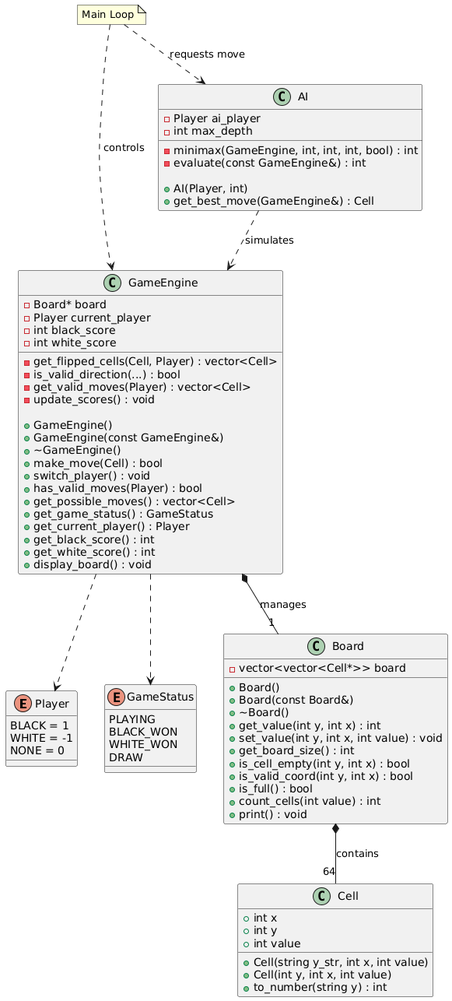
This is projects/03_reversi/docs/reversi_uml.png from Dest1n640/Algoritms_on_graph, a PlantUML export, as it was before one commit. The source it was exported from:
```plantuml
@startuml
enum Player {
    BLACK = 1
    WHITE = -1
    NONE = 0
}

enum GameStatus {
    PLAYING
    BLACK_WON
    WHITE_WON
    DRAW
}

class Cell {
    + int x
    + int y
    + int value
    + Cell(string y_str, int x, int value)
    + Cell(int y, int x, int value)
    + to_number(string y) : int
}

class Board {
    - vector<vector<Cell*>> board
    + Board()
    + Board(const Board&)
    + ~Board()
    + get_value(int y, int x) : int
    + set_value(int y, int x, int value) : void
    + get_board_size() : int
    + is_cell_empty(int y, int x) : bool
    + is_valid_coord(int y, int x) : bool
    + is_full() : bool
    + count_cells(int value) : int
    + print() : void
}

class GameEngine {
    - Board* board
    - Player current_player
    - int black_score
    - int white_score

    - get_flipped_cells(Cell, Player) : vector<Cell>
    - is_valid_direction(...) : bool
    - get_valid_moves(Player) : vector<Cell>
    - update_scores() : void

    + GameEngine()
    + GameEngine(const GameEngine&)
    + ~GameEngine()
    + make_move(Cell) : bool
    + switch_player() : void
    + has_valid_moves(Player) : bool
    + get_possible_moves() : vector<Cell>
    + get_game_status() : GameStatus
    + get_current_player() : Player
    + get_black_score() : int
    + get_white_score() : int
    + display_board() : void
}

class AI {
    - Player ai_player
    - int max_depth

    - minimax(GameEngine, int, int, int, bool) : int
    - evaluate(const GameEngine&) : int

    + AI(Player, int)
    + get_best_move(GameEngine&) : Cell
}


Board *-- "64" Cell : contains

GameEngine *-- "1" Board : manages

GameEngine ..> Player
GameEngine ..> GameStatus

AI ..> GameEngine : simulates

note "Main Loop" as Main
Main ..> GameEngine : controls
Main ..> AI : requests move
@enduml
```
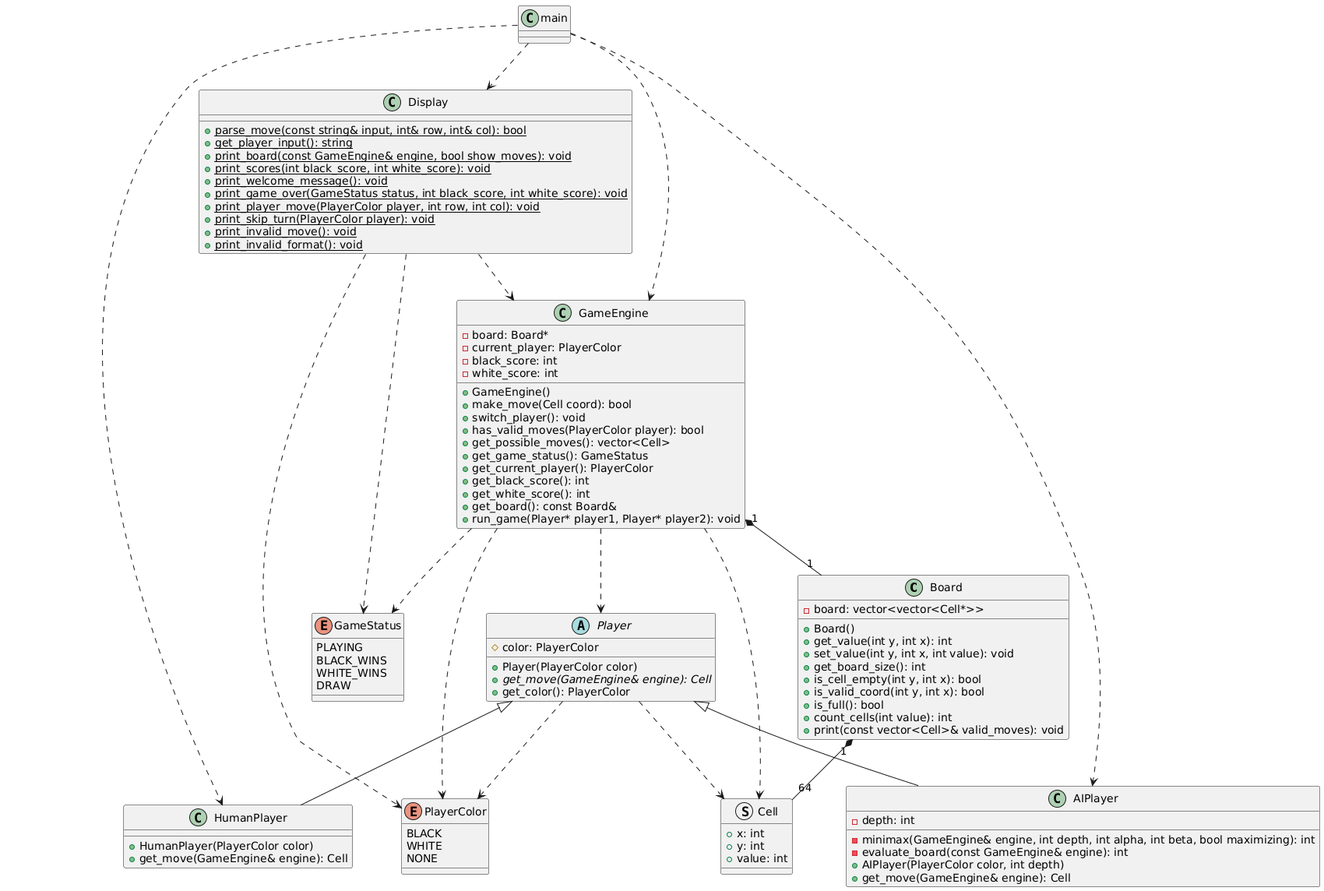
After the commit.

Commit message:
UML for reversi

Change to the diagram source:
```diff
@@ -1,88 +1,103 @@
 @startuml
-enum Player {
-    BLACK = 1
-    WHITE = -1
-    NONE = 0
+
+class Board {
+  - board: vector<vector<Cell*>>
+  + Board()
+  + get_value(int y, int x): int
+  + set_value(int y, int x, int value): void
+  + get_board_size(): int
+  + is_cell_empty(int y, int x): bool
+  + is_valid_coord(int y, int x): bool
+  + is_full(): bool
+  + count_cells(int value): int
+  + print(const vector<Cell>& valid_moves): void
+}
+
+struct Cell {
+  + x: int
+  + y: int
+  + value: int
+}
+
+class GameEngine {
+  - board: Board*
+  - current_player: PlayerColor
+  - black_score: int
+  - white_score: int
+  + GameEngine()
+  + make_move(Cell coord): bool
+  + switch_player(): void
+  + has_valid_moves(PlayerColor player): bool
+  + get_possible_moves(): vector<Cell>
+  + get_game_status(): GameStatus
+  + get_current_player(): PlayerColor
+  + get_black_score(): int
+  + get_white_score(): int
+  + get_board(): const Board&
+  + run_game(Player* player1, Player* player2): void
+}
+
+abstract class Player {
+  # color: PlayerColor
+  + Player(PlayerColor color)
+  + {abstract} get_move(GameEngine& engine): Cell
+  + get_color(): PlayerColor
+}
+
+class HumanPlayer {
+  + HumanPlayer(PlayerColor color)
+  + get_move(GameEngine& engine): Cell
+}
+
+class AIPlayer {
+  - depth: int
+  - minimax(GameEngine& engine, int depth, int alpha, int beta, bool maximizing): int
+  - evaluate_board(const GameEngine& engine): int
+  + AIPlayer(PlayerColor color, int depth)
+  + get_move(GameEngine& engine): Cell
+}
+
+class Display {
+  + {static} parse_move(const string& input, int& row, int& col): bool
+  + {static} get_player_input(): string
+  + {static} print_board(const GameEngine& engine, bool show_moves): void
+  + {static} print_scores(int black_score, int white_score): void
+  + {static} print_welcome_message(): void
+  + {static} print_game_over(GameStatus status, int black_score, int white_score): void
+  + {static} print_player_move(PlayerColor player, int row, int col): void
+  + {static} print_skip_turn(PlayerColor player): void
+  + {static} print_invalid_move(): void
+  + {static} print_invalid_format(): void
+}
+
+enum PlayerColor {
+    BLACK
+    WHITE
+    NONE
 }
 
 enum GameStatus {
     PLAYING
-    BLACK_WON
-    WHITE_WON
+    BLACK_WINS
+    WHITE_WINS
     DRAW
 }
 
-class Cell {
-    + int x
-    + int y
-    + int value
-    + Cell(string y_str, int x, int value)
-    + Cell(int y, int x, int value)
-    + to_number(string y) : int
-}
-
-class Board {
-    - vector<vector<Cell*>> board
-    + Board()
-    + Board(const Board&)
-    + ~Board()
-    + get_value(int y, int x) : int
-    + set_value(int y, int x, int value) : void
-    + get_board_size() : int
-    + is_cell_empty(int y, int x) : bool
-    + is_valid_coord(int y, int x) : bool
-    + is_full() : bool
-    + count_cells(int value) : int
-    + print() : void
-}
-
-class GameEngine {
-    - Board* board
-    - Player current_player
-    - int black_score
-    - int white_score
-
-    - get_flipped_cells(Cell, Player) : vector<Cell>
-    - is_valid_direction(...) : bool
-    - get_valid_moves(Player) : vector<Cell>
-    - update_scores() : void
-
-    + GameEngine()
-    + GameEngine(const GameEngine&)
-    + ~GameEngine()
-    + make_move(Cell) : bool
-    + switch_player() : void
-    + has_valid_moves(Player) : bool
-    + get_possible_moves() : vector<Cell>
-    + get_game_status() : GameStatus
-    + get_current_player() : Player
-    + get_black_score() : int
-    + get_white_score() : int
-    + display_board() : void
-}
-
-class AI {
-    - Player ai_player
-    - int max_depth
-
-    - minimax(GameEngine, int, int, int, bool) : int
-    - evaluate(const GameEngine&) : int
-
-    + AI(Player, int)
-    + get_best_move(GameEngine&) : Cell
-}
-
-
-Board *-- "64" Cell : contains
-
-GameEngine *-- "1" Board : manages
-
+GameEngine "1" *-- "1" Board
 GameEngine ..> Player
+GameEngine ..> Cell
 GameEngine ..> GameStatus
-
-AI ..> GameEngine : simulates
-
-note "Main Loop" as Main
-Main ..> GameEngine : controls
-Main ..> AI : requests move
+GameEngine ..> PlayerColor
+Board "1" *-- "64" Cell
+Player <|-- HumanPlayer
+Player <|-- AIPlayer
+Player ..> PlayerColor
+Player ..> Cell
+main ..> GameEngine
+main ..> HumanPlayer
+main ..> AIPlayer
+main ..> Display
+Display ..> GameEngine
+Display ..> PlayerColor
+Display ..> GameStatus
 @enduml
```
